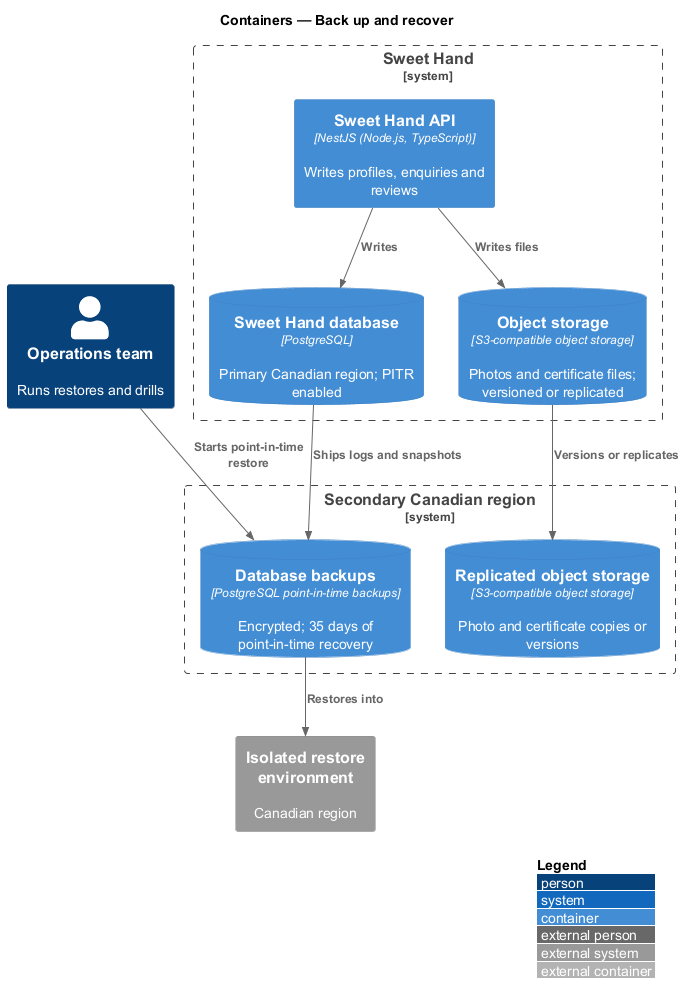
Earlier version of the PlantUML export docs/detailed-designs/platform/back-up-and-recover/diagrams/c4-container.png (QuinntyneBrown/sweet-hand).
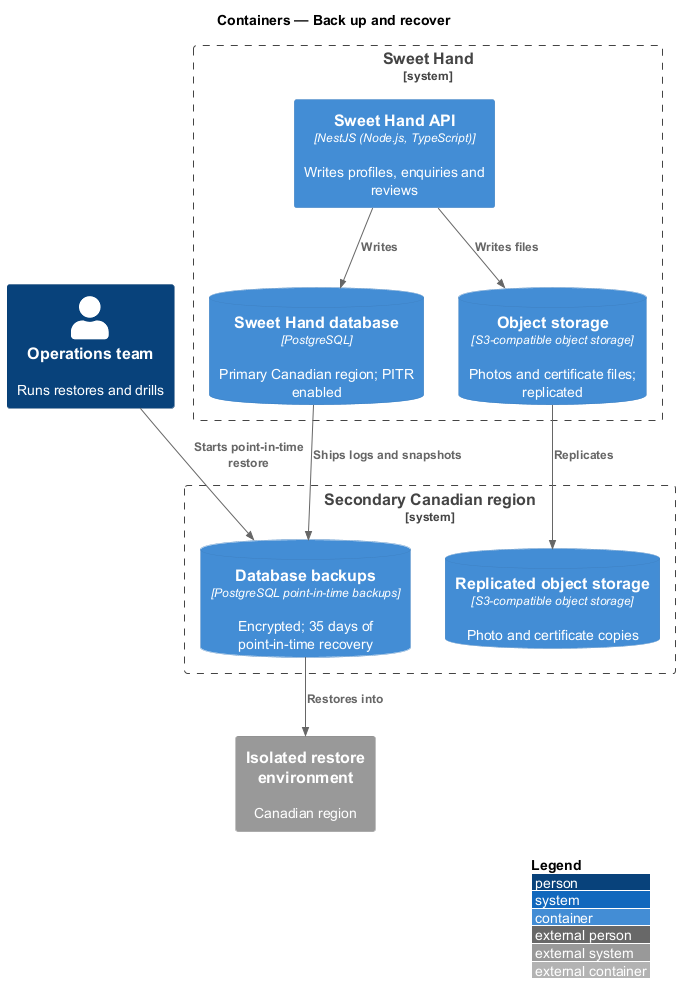
Above is the later version.

Diff of the diagram source:
```diff
@@ -7,18 +7,18 @@
 System_Boundary(sweethand, "Sweet Hand") {
   Container(api, "Sweet Hand API", "NestJS (Node.js, TypeScript)", "Writes profiles, enquiries and reviews")
   ContainerDb(db, "Sweet Hand database", "PostgreSQL", "Primary Canadian region; PITR enabled")
-  ContainerDb(storage, "Object storage", "S3-compatible object storage", "Photos and certificate files; versioned or replicated")
+  ContainerDb(storage, "Object storage", "S3-compatible object storage", "Photos and certificate files; replicated")
 }
 System_Boundary(secondary, "Secondary Canadian region") {
   ContainerDb(dbbackup, "Database backups", "PostgreSQL point-in-time backups", "Encrypted; 35 days of point-in-time recovery")
-  ContainerDb(replica, "Replicated object storage", "S3-compatible object storage", "Photo and certificate copies or versions")
+  ContainerDb(replica, "Replicated object storage", "S3-compatible object storage", "Photo and certificate copies")
 }
 System_Ext(restore, "Isolated restore environment", "Canadian region")
 
 Rel(api, db, "Writes")
 Rel(api, storage, "Writes files")
 Rel(db, dbbackup, "Ships logs and snapshots")
-Rel(storage, replica, "Versions or replicates")
+Rel(storage, replica, "Replicates")
 Rel(ops, dbbackup, "Starts point-in-time restore")
 Rel(dbbackup, restore, "Restores into")
 @enduml
```
